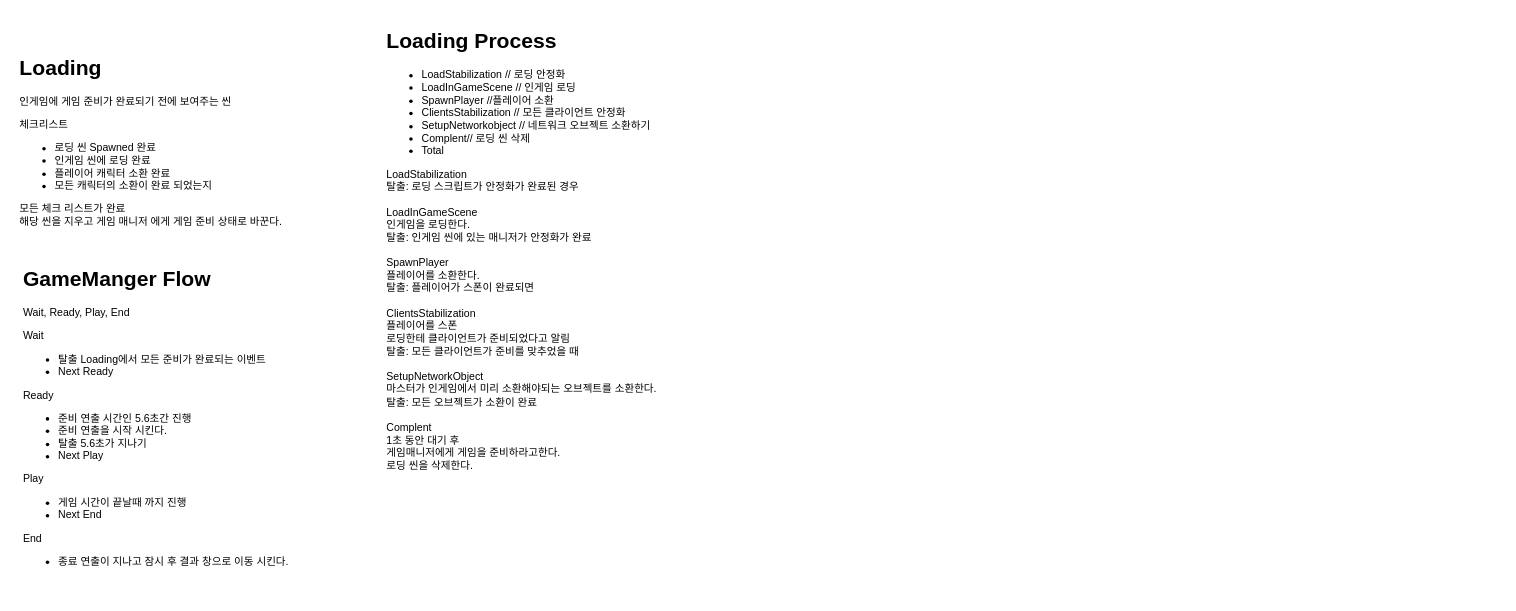
Earlier version of the draw.io diagram page "Loading" (7 of 9) of GameFlow.drawio (lArc244785/BumblingKitchen). Source tidied: cells renumbered, new cells numbered last; positions are measured from the earlier drawing's top-left corner, leaving out a move shared by most shapes. Both pictures are drawn from the tidied source at 88%, with x=0, y=0 at pixel (15, 24).
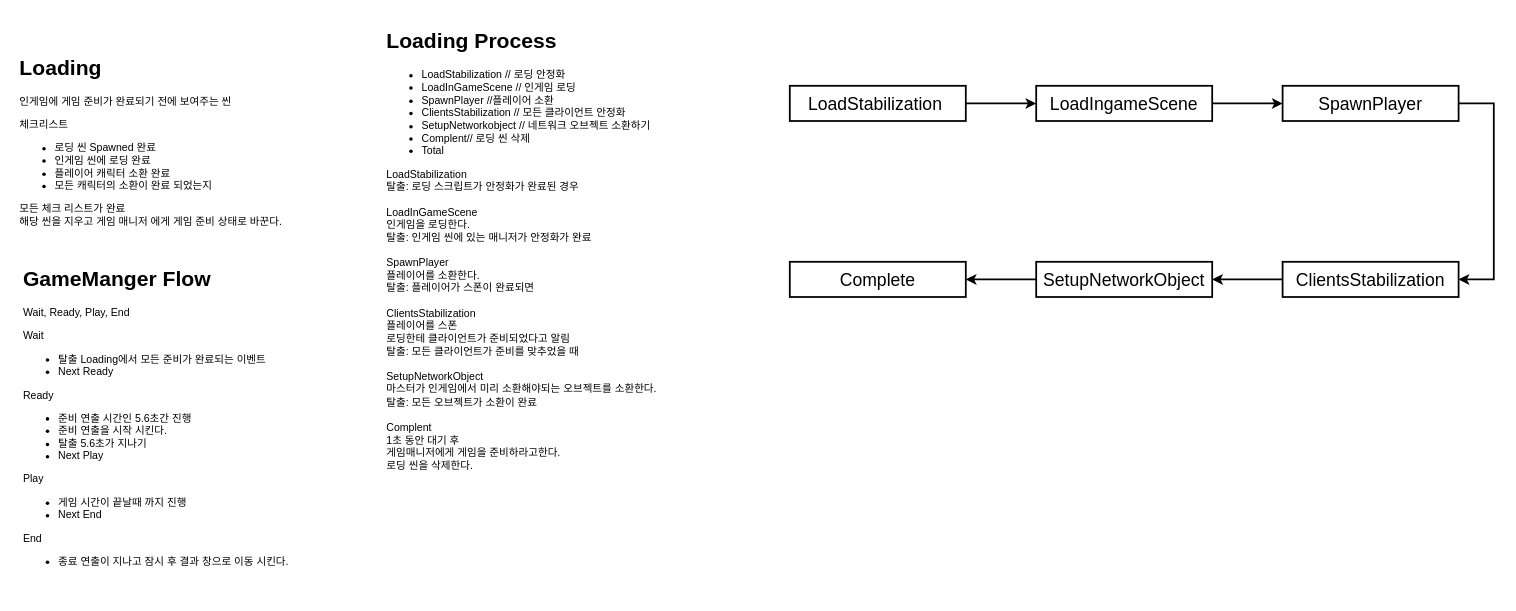
The same diagram, later.

The edit, as a diff of the source:
```diff
@@
 <mxGraphModel>
   <root>
     <mxCell id="0" />
     <mxCell id="1" parent="0" />
     <mxCell id="2" value="&lt;h1&gt;Loading&lt;/h1&gt;&lt;p&gt;인게임에 게임 준비가 완료되기 전에 보여주는 씬&lt;/p&gt;&lt;p&gt;체크리스트&lt;/p&gt;&lt;p&gt;&lt;/p&gt;&lt;ul&gt;&lt;li&gt;로딩 씬 Spawned 완료&lt;/li&gt;&lt;li&gt;인게임 씬에 로딩 완료&lt;/li&gt;&lt;li&gt;플레이어 캐릭터 소환 완료&lt;/li&gt;&lt;li&gt;모든 캐릭터의 소환이 완료 되었는지&lt;/li&gt;&lt;/ul&gt;&lt;div&gt;모든 체크 리스트가 완료&lt;/div&gt;&lt;div&gt;해당 씬을 지우고 게임 매니저 에게 게임 준비 상태로 바꾼다.&lt;/div&gt;&lt;p&gt;&lt;/p&gt;" style="text;html=1;strokeColor=none;fillColor=none;spacing=5;spacingTop=-20;whiteSpace=wrap;overflow=hidden;rounded=0;" parent="1" vertex="1">
       <mxGeometry y="30" width="370" height="220" as="geometry" />
     </mxCell>
     <mxCell id="3" value="&lt;h1&gt;GameManger Flow&lt;/h1&gt;&lt;p&gt;Wait, Ready, Play, End&lt;/p&gt;&lt;p&gt;Wait&lt;/p&gt;&lt;p&gt;&lt;/p&gt;&lt;ul&gt;&lt;li&gt;탈출 Loading에서 모든 준비가 완료되는 이벤트&lt;/li&gt;&lt;li&gt;Next Ready&lt;/li&gt;&lt;/ul&gt;&lt;div&gt;Ready&lt;/div&gt;&lt;div&gt;&lt;ul&gt;&lt;li&gt;준비 연출 시간인 5.6초간 진행&lt;/li&gt;&lt;li&gt;준비 연출을 시작 시킨다.&lt;/li&gt;&lt;li&gt;탈출 5.6초가 지나기&lt;/li&gt;&lt;li&gt;Next Play&lt;/li&gt;&lt;/ul&gt;&lt;div&gt;Play&lt;/div&gt;&lt;/div&gt;&lt;div&gt;&lt;ul&gt;&lt;li&gt;게임 시간이 끝날때 까지 진행&lt;/li&gt;&lt;li&gt;Next End&lt;/li&gt;&lt;/ul&gt;&lt;div&gt;End&lt;/div&gt;&lt;/div&gt;&lt;div&gt;&lt;ul&gt;&lt;li&gt;종료 연출이 지나고 잠시 후 결과 창으로 이동 시킨다.&lt;/li&gt;&lt;/ul&gt;&lt;/div&gt;&lt;p&gt;&lt;/p&gt;&lt;p&gt;&lt;/p&gt;" style="text;html=1;strokeColor=none;fillColor=none;spacing=5;spacingTop=-20;whiteSpace=wrap;overflow=hidden;rounded=0;" parent="1" vertex="1">
       <mxGeometry x="4" y="270" width="370" height="380" as="geometry" />
     </mxCell>
     <mxCell id="4" value="&lt;h1&gt;&lt;span style=&quot;background-color: initial;&quot;&gt;Loading Process&lt;/span&gt;&lt;/h1&gt;&lt;div&gt;&lt;ul&gt;&lt;li&gt;LoadStabilization // 로딩 안정화&lt;/li&gt;&lt;li&gt;&lt;span style=&quot;&quot;&gt;&#9;&#9;&lt;/span&gt;LoadInGameScene // 인게임 로딩&lt;/li&gt;&lt;li&gt;SpawnPlayer //플레이어 소환&lt;br&gt;&lt;/li&gt;&lt;li&gt;&lt;span style=&quot;&quot;&gt;&#9;&#9;&lt;/span&gt;ClientsStabilization // 모든 클라이언트 안정화&lt;/li&gt;&lt;li&gt;&lt;span style=&quot;&quot;&gt;&#9;&#9;&lt;/span&gt;SetupNetworkobject // 네트워크 오브젝트 소환하기&lt;/li&gt;&lt;li&gt;Complent// 로딩 씬 삭제&lt;/li&gt;&lt;li&gt;&lt;span style=&quot;&quot;&gt;&#9;&#9;&lt;/span&gt;Total&lt;/li&gt;&lt;/ul&gt;&lt;div&gt;LoadStabilization&amp;nbsp;&lt;br&gt;&lt;/div&gt;&lt;/div&gt;&lt;div&gt;탈출: 로딩 스크립트가 안정화가 완료된 경우&lt;/div&gt;&lt;div&gt;&lt;br&gt;&lt;/div&gt;&lt;div&gt;LoadInGameScene&amp;nbsp;&lt;br&gt;&lt;/div&gt;&lt;div&gt;인게임을 로딩한다.&lt;/div&gt;&lt;div&gt;탈출: 인게임 씬에 있는 매니저가 안정화가 완료&lt;/div&gt;&lt;div&gt;&lt;br&gt;&lt;/div&gt;&lt;div&gt;SpawnPlayer&lt;/div&gt;&lt;div&gt;플레이어를 소환한다.&lt;/div&gt;&lt;div&gt;탈출: 플레이어가 스폰이 완료되면&lt;/div&gt;&lt;div&gt;&lt;span style=&quot;background-color: initial;&quot;&gt;&lt;br&gt;&lt;/span&gt;&lt;/div&gt;&lt;div&gt;&lt;span style=&quot;background-color: initial;&quot;&gt;ClientsStabilization&lt;/span&gt;&lt;/div&gt;&lt;div&gt;&lt;span style=&quot;background-color: initial;&quot;&gt;플레이어를 스폰&lt;/span&gt;&lt;/div&gt;&lt;div&gt;로딩한테 클라이언트가 준비되었다고 알림&lt;/div&gt;&lt;div&gt;탈출: 모든 클라이언트가 준비를 맞추었을 때&lt;/div&gt;&lt;div&gt;&amp;nbsp;&lt;/div&gt;&lt;div&gt;SetupNetworkObject&lt;/div&gt;&lt;div&gt;마스터가 인게임에서 미리 소환해야되는 오브젝트를 소환한다.&lt;/div&gt;&lt;div&gt;탈출: 모든 오브젝트가 소환이 완료&lt;/div&gt;&lt;div&gt;&lt;br&gt;&lt;/div&gt;&lt;div&gt;Complent&lt;br&gt;&lt;/div&gt;&lt;div&gt;1초 동안 대기 후&lt;/div&gt;&lt;div&gt;게임매니저에게 게임을 준비하라고한다.&lt;/div&gt;&lt;div&gt;로딩 씬을 삭제한다.&lt;/div&gt;&lt;div&gt;&lt;br&gt;&lt;/div&gt;&lt;p&gt;&lt;/p&gt;&lt;p&gt;&lt;/p&gt;" style="text;html=1;strokeColor=none;fillColor=none;spacing=5;spacingTop=-20;whiteSpace=wrap;overflow=hidden;rounded=0;" parent="1" vertex="1">
       <mxGeometry x="417" width="370" height="520" as="geometry" />
     </mxCell>
+    <mxCell id="5" style="edgeStyle=orthogonalEdgeStyle;rounded=0;jettySize=auto;html=1;fontSize=20;startArrow=none;startFill=0;endArrow=classic;endFill=1;strokeWidth=2;" parent="1" edge="1" source="6" target="8">
+      <mxGeometry relative="1" as="geometry" />
+    </mxCell>
+    <mxCell id="6" value="&lt;span style=&quot;text-align: left;&quot;&gt;&lt;font style=&quot;font-size: 20px;&quot;&gt;LoadStabilization&amp;nbsp;&lt;/font&gt;&lt;/span&gt;" style="rounded=0;whiteSpace=wrap;html=1;fontSize=24;strokeWidth=2;fillColor=none;" parent="1" vertex="1">
+      <mxGeometry x="880" y="70" width="200" height="40" as="geometry" />
+    </mxCell>
+    <mxCell id="7" style="edgeStyle=orthogonalEdgeStyle;rounded=0;jettySize=auto;html=1;fontSize=20;startArrow=none;startFill=0;endArrow=classic;endFill=1;strokeWidth=2;" parent="1" edge="1" source="8" target="10">
+      <mxGeometry relative="1" as="geometry" />
+    </mxCell>
+    <mxCell id="8" value="&lt;span style=&quot;text-align: left;&quot;&gt;&lt;font style=&quot;font-size: 20px;&quot;&gt;LoadIngameScene&lt;/font&gt;&lt;/span&gt;" style="rounded=0;whiteSpace=wrap;html=1;fontSize=24;strokeWidth=2;fillColor=none;" parent="1" vertex="1">
+      <mxGeometry x="1160" y="70" width="200" height="40" as="geometry" />
+    </mxCell>
+    <mxCell id="9" style="edgeStyle=orthogonalEdgeStyle;rounded=0;jettySize=auto;html=1;entryX=1;entryY=0.5;entryDx=0;entryDy=0;fontSize=20;startArrow=none;startFill=0;endArrow=classic;endFill=1;strokeWidth=2;" parent="1" edge="1" source="10" target="12">
+      <mxGeometry relative="1" as="geometry">
+        <Array as="points">
+          <mxPoint x="1680" y="90" />
+          <mxPoint x="1680" y="290" />
+        </Array>
+      </mxGeometry>
+    </mxCell>
+    <mxCell id="10" value="&lt;span style=&quot;text-align: left;&quot;&gt;&lt;font style=&quot;font-size: 20px;&quot;&gt;SpawnPlayer&lt;/font&gt;&lt;/span&gt;" style="rounded=0;whiteSpace=wrap;html=1;fontSize=24;strokeWidth=2;fillColor=none;" parent="1" vertex="1">
+      <mxGeometry x="1440" y="70" width="200" height="40" as="geometry" />
+    </mxCell>
+    <mxCell id="11" style="edgeStyle=orthogonalEdgeStyle;rounded=0;jettySize=auto;html=1;fontSize=20;startArrow=none;startFill=0;endArrow=classic;endFill=1;strokeWidth=2;" parent="1" edge="1" source="12" target="14">
+      <mxGeometry relative="1" as="geometry" />
+    </mxCell>
+    <mxCell id="12" value="&lt;span style=&quot;text-align: left;&quot;&gt;&lt;font style=&quot;font-size: 20px;&quot;&gt;ClientsStabilization&lt;/font&gt;&lt;/span&gt;" style="rounded=0;whiteSpace=wrap;html=1;fontSize=24;strokeWidth=2;fillColor=none;" parent="1" vertex="1">
+      <mxGeometry x="1440" y="270" width="200" height="40" as="geometry" />
+    </mxCell>
+    <mxCell id="13" style="edgeStyle=orthogonalEdgeStyle;rounded=0;jettySize=auto;html=1;fontSize=20;startArrow=none;startFill=0;endArrow=classic;endFill=1;strokeWidth=2;" parent="1" edge="1" source="14" target="15">
+      <mxGeometry relative="1" as="geometry" />
+    </mxCell>
+    <mxCell id="14" value="&lt;span style=&quot;text-align: left;&quot;&gt;&lt;font style=&quot;font-size: 20px;&quot;&gt;SetupNetworkObject&lt;/font&gt;&lt;/span&gt;" style="rounded=0;whiteSpace=wrap;html=1;fontSize=24;strokeWidth=2;fillColor=none;" parent="1" vertex="1">
+      <mxGeometry x="1160" y="270" width="200" height="40" as="geometry" />
+    </mxCell>
+    <mxCell id="15" value="&lt;div style=&quot;text-align: left;&quot;&gt;&lt;span style=&quot;background-color: initial; font-size: 20px;&quot;&gt;Complete&lt;/span&gt;&lt;/div&gt;" style="rounded=0;whiteSpace=wrap;html=1;fontSize=24;strokeWidth=2;fillColor=none;" parent="1" vertex="1">
+      <mxGeometry x="880" y="270" width="200" height="40" as="geometry" />
+    </mxCell>
   </root>
 </mxGraphModel>
```
